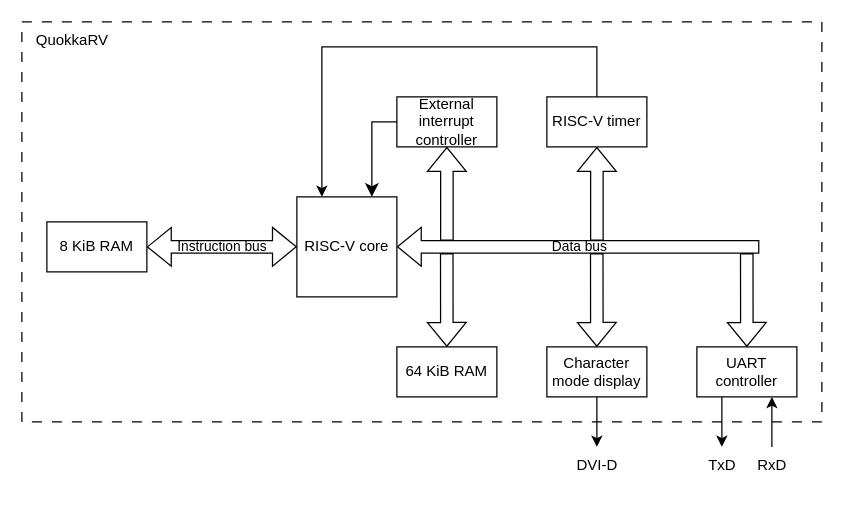
Before: quokkarv.drawio in marmstrong777/QuokkaRISC-V, a draw.io diagram. Source tidied: cells renumbered, new cells numbered last; positions are measured from the earlier drawing's top-left corner, leaving out a move shared by most shapes. Both pictures are drawn from the tidied source at 125%, with x=0, y=0 at pixel (21, 21).
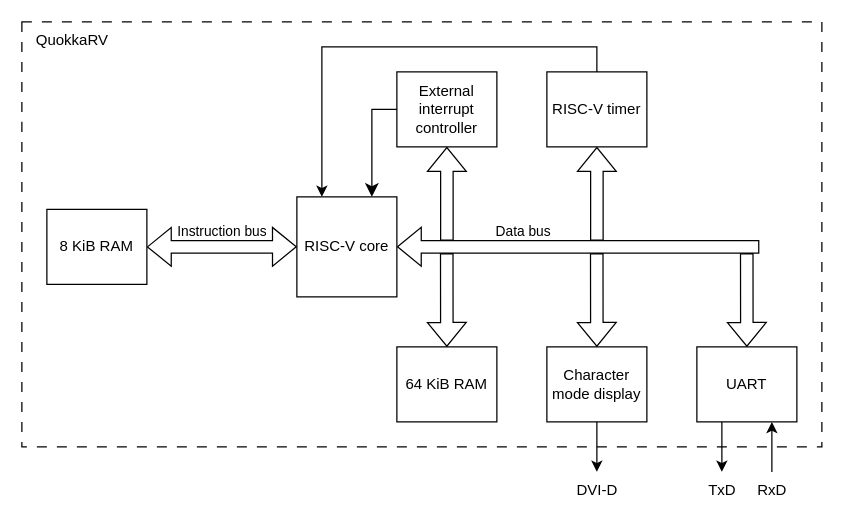
The same diagram, later.

The change refers to these unchanged cells:
```xml
<mxCell id="3" value="RISC-V core" style="whiteSpace=wrap;html=1;labelBackgroundColor=none;" parent="1" vertex="1">
  <mxGeometry x="220" y="140" width="80" height="80" as="geometry" />
</mxCell>
<mxCell id="4" style="shape=flexArrow;endArrow=classic;startArrow=classic;html=1;rounded=0;labelBackgroundColor=none;fontColor=default;" parent="1" edge="1">
  <mxGeometry relative="1" as="geometry">
    <mxPoint x="100" y="180" as="sourcePoint" />
    <mxPoint x="220" y="179.9" as="targetPoint" />
  </mxGeometry>
</mxCell>
<mxCell id="13" style="shape=flexArrow;endArrow=classic;html=1;rounded=0;labelBackgroundColor=none;fontColor=default;" parent="1" edge="1">
  <mxGeometry relative="1" as="geometry">
    <mxPoint x="590" y="180" as="sourcePoint" />
    <mxPoint x="300" y="179.9" as="targetPoint" />
  </mxGeometry>
</mxCell>
```

What changed in the source:
```diff
@@
     <mxCell id="2" style="rounded=0;whiteSpace=wrap;html=1;dashed=1;dashPattern=8 8;fillColor=none;labelBackgroundColor=none;" parent="1" vertex="1">
-      <mxGeometry width="640" height="320" as="geometry" />
+      <mxGeometry width="640" height="340" as="geometry" />
     </mxCell>
@@
     <mxCell id="5" value="Instruction bus" style="edgeLabel;html=1;align=center;verticalAlign=middle;labelBackgroundColor=none;" parent="4" vertex="1">
-      <mxGeometry relative="1" as="geometry" />
+      <mxGeometry relative="1" as="geometry">
+        <mxPoint y="-12" as="offset" />
+      </mxGeometry>
     </mxCell>
     <mxCell id="6" value="&lt;div&gt;External interrupt controller&lt;/div&gt;" style="rounded=0;whiteSpace=wrap;html=1;labelBackgroundColor=none;" parent="1" vertex="1">
-      <mxGeometry x="300" y="60" width="80" height="40" as="geometry" />
+      <mxGeometry x="300" y="40" width="80" height="60" as="geometry" />
     </mxCell>
     <mxCell id="7" value="8 KiB RAM" style="rounded=0;whiteSpace=wrap;html=1;labelBackgroundColor=none;" parent="1" vertex="1">
-      <mxGeometry x="20" y="160" width="80" height="40" as="geometry" />
+      <mxGeometry x="20" y="150" width="80" height="60" as="geometry" />
     </mxCell>
     <mxCell id="8" value="64 KiB RAM" style="rounded=0;whiteSpace=wrap;html=1;labelBackgroundColor=none;" parent="1" vertex="1">
-      <mxGeometry x="300" y="260" width="80" height="40" as="geometry" />
+      <mxGeometry x="300" y="260" width="80" height="60" as="geometry" />
     </mxCell>
@@
     <mxCell id="11" value="Character mode display" style="rounded=0;whiteSpace=wrap;html=1;labelBackgroundColor=none;" parent="1" vertex="1">
-      <mxGeometry x="420" y="260" width="80" height="40" as="geometry" />
+      <mxGeometry x="420" y="260" width="80" height="60" as="geometry" />
     </mxCell>
@@
     <mxCell id="14" value="Data bus" style="edgeLabel;html=1;align=center;verticalAlign=middle;labelBackgroundColor=none;" parent="13" vertex="1">
-      <mxGeometry relative="1" as="geometry" />
+      <mxGeometry relative="1" as="geometry">
+        <mxPoint x="-45" y="-12" as="offset" />
+      </mxGeometry>
     </mxCell>
     <mxCell id="15" value="RISC-V timer" style="rounded=0;whiteSpace=wrap;html=1;labelBackgroundColor=none;" parent="1" vertex="1">
-      <mxGeometry x="420" y="60" width="80" height="40" as="geometry" />
+      <mxGeometry x="420" y="40" width="80" height="60" as="geometry" />
     </mxCell>
@@
-    <mxCell id="18" value="UART controller" style="rounded=0;whiteSpace=wrap;html=1;labelBackgroundColor=none;" parent="1" vertex="1">
-      <mxGeometry x="540" y="260" width="80" height="40" as="geometry" />
+    <mxCell id="18" value="UART" style="rounded=0;whiteSpace=wrap;html=1;labelBackgroundColor=none;" parent="1" vertex="1">
+      <mxGeometry x="540" y="260" width="80" height="60" as="geometry" />
     </mxCell>
@@
     <mxCell id="20" style="endArrow=classic;html=1;rounded=0;labelBackgroundColor=none;fontColor=default;" parent="1" edge="1">
       <mxGeometry relative="1" as="geometry">
-        <mxPoint x="460" y="300" as="sourcePoint" />
-        <mxPoint x="460" y="340" as="targetPoint" />
+        <mxPoint x="460" y="320" as="sourcePoint" />
+        <mxPoint x="460" y="360" as="targetPoint" />
       </mxGeometry>
     </mxCell>
     <mxCell id="21" style="endArrow=classic;html=1;rounded=0;entryX=0.25;entryY=0;entryDx=0;entryDy=0;labelBackgroundColor=none;fontColor=default;" parent="1" edge="1" target="3">
       <mxGeometry relative="1" as="geometry">
-        <mxPoint x="460" y="60" as="sourcePoint" />
+        <mxPoint x="460" y="40" as="sourcePoint" />
         <Array as="points">
           <mxPoint x="460" y="20" />
           <mxPoint x="240" y="20" />
         </Array>
       </mxGeometry>
     </mxCell>
     <mxCell id="22" style="endArrow=classic;html=1;rounded=0;labelBackgroundColor=none;fontColor=default;" parent="1" edge="1">
       <mxGeometry relative="1" as="geometry">
-        <mxPoint x="560" y="300" as="sourcePoint" />
-        <mxPoint x="560" y="340" as="targetPoint" />
+        <mxPoint x="560" y="320" as="sourcePoint" />
+        <mxPoint x="560" y="360" as="targetPoint" />
       </mxGeometry>
     </mxCell>
-    <mxCell id="23" style="endArrow=classic;html=1;rounded=0;entryX=0.75;entryY=1;entryDx=0;entryDy=0;labelBackgroundColor=none;fontColor=default;" parent="1" edge="1" target="18">
+    <mxCell id="23" style="endArrow=classic;html=1;rounded=0;entryX=0.75;entryY=1;entryDx=0;entryDy=0;labelBackgroundColor=none;fontColor=default;" parent="1" edge="1">
       <mxGeometry relative="1" as="geometry">
-        <mxPoint x="600" y="340" as="sourcePoint" />
+        <mxPoint x="600" y="360" as="sourcePoint" />
+        <mxPoint x="600" y="320" as="targetPoint" />
       </mxGeometry>
     </mxCell>
     <mxCell id="24" value="DVI-D" style="text;html=1;align=center;verticalAlign=middle;strokeColor=none;fillColor=none;labelBackgroundColor=none;" parent="1" vertex="1">
-      <mxGeometry x="430" y="340" width="60" height="30" as="geometry" />
+      <mxGeometry x="430" y="360" width="60" height="30" as="geometry" />
     </mxCell>
     <mxCell id="25" value="TxD" style="text;html=1;align=center;verticalAlign=middle;strokeColor=none;fillColor=none;labelBackgroundColor=none;" parent="1" vertex="1">
-      <mxGeometry x="535" y="340" width="50" height="30" as="geometry" />
+      <mxGeometry x="535" y="360" width="50" height="30" as="geometry" />
     </mxCell>
     <mxCell id="26" value="RxD" style="text;html=1;align=center;verticalAlign=middle;strokeColor=none;fillColor=none;labelBackgroundColor=none;" parent="1" vertex="1">
-      <mxGeometry x="575" y="340" width="50" height="30" as="geometry" />
+      <mxGeometry x="575" y="360" width="50" height="30" as="geometry" />
     </mxCell>
```
